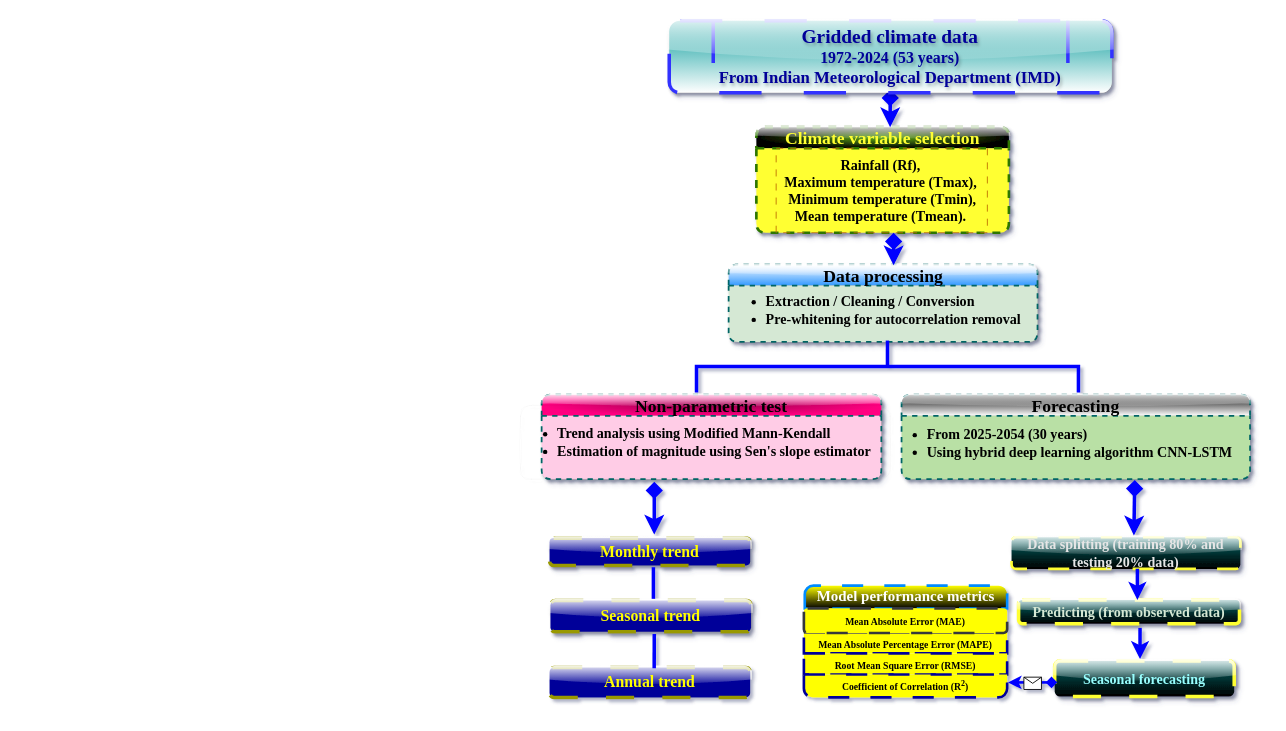
Earlier version of the draw.io diagram Untitled Diagram.drawio (Daawarb/Daawarb). Source tidied: cells renumbered, new cells numbered last; positions are measured from the earlier drawing's top-left corner, leaving out a move shared by most shapes. Both pictures are drawn from the tidied source at 88%, with x=0, y=0 at pixel (520, 20).
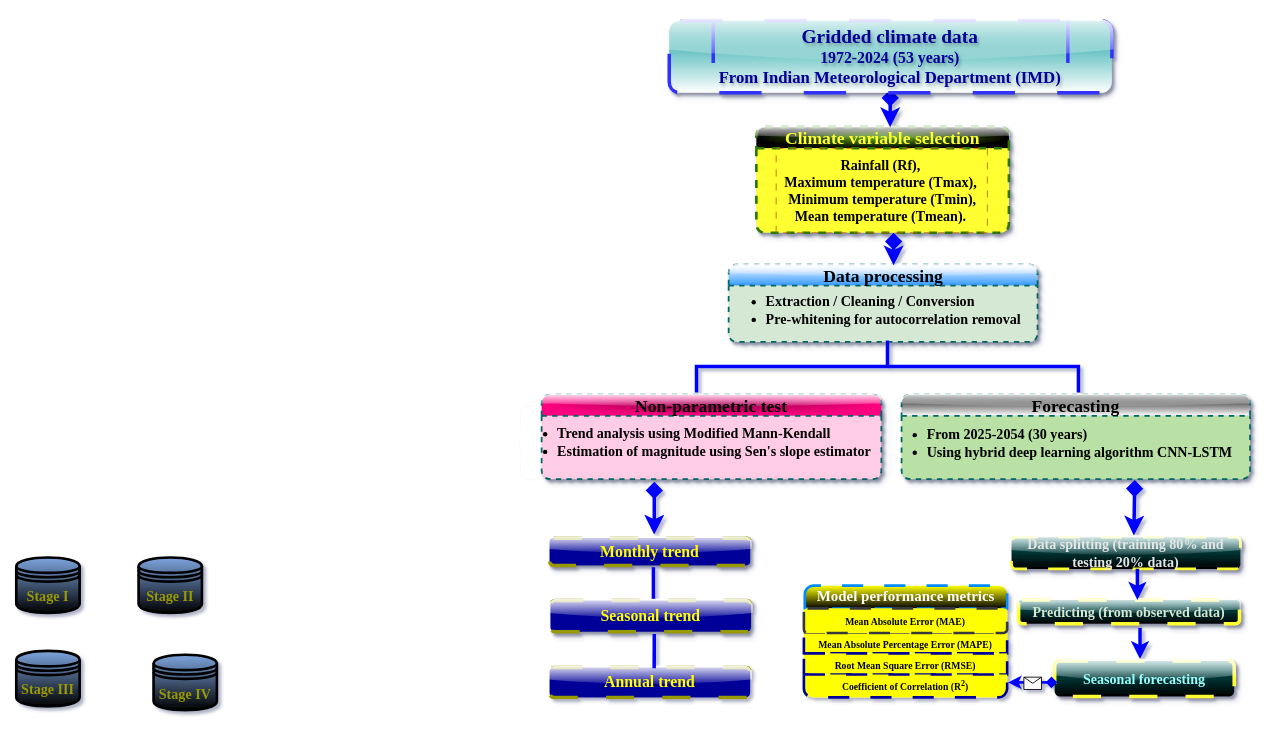
The same diagram, later.

Diff of the diagram source:
```diff
@@
     <mxCell id="2" style="rounded=0;html=1;jettySize=auto;orthogonalLoop=1;fontSize=11;endArrow=block;endFill=0;endSize=8;strokeWidth=1;shadow=0;labelBackgroundColor=none;edgeStyle=orthogonalEdgeStyle;" parent="1" edge="1">
       <mxGeometry relative="1" as="geometry">
-        <mxPoint x="235" y="159" as="targetPoint" />
+        <mxPoint x="235" y="-164" as="targetPoint" />
       </mxGeometry>
     </mxCell>
     <mxCell id="3" value="Yes" style="rounded=0;html=1;jettySize=auto;orthogonalLoop=1;fontSize=11;endArrow=block;endFill=0;endSize=8;strokeWidth=1;shadow=0;labelBackgroundColor=none;edgeStyle=orthogonalEdgeStyle;" parent="1" edge="1">
       <mxGeometry y="20" relative="1" as="geometry">
-        <mxPoint x="235" y="239" as="sourcePoint" />
+        <mxPoint x="235" y="-84" as="sourcePoint" />
       </mxGeometry>
     </mxCell>
     <mxCell id="4" value="No" style="edgeStyle=orthogonalEdgeStyle;rounded=0;html=1;jettySize=auto;orthogonalLoop=1;fontSize=11;endArrow=block;endFill=0;endSize=8;strokeWidth=1;shadow=0;labelBackgroundColor=none;" parent="1" edge="1">
       <mxGeometry y="10" relative="1" as="geometry">
-        <mxPoint x="285" y="199" as="sourcePoint" />
+        <mxPoint x="285" y="-124" as="sourcePoint" />
       </mxGeometry>
     </mxCell>
     <mxCell id="5" value="No" style="rounded=0;html=1;jettySize=auto;orthogonalLoop=1;fontSize=11;endArrow=block;endFill=0;endSize=8;strokeWidth=1;shadow=0;labelBackgroundColor=none;edgeStyle=orthogonalEdgeStyle;" parent="1" edge="1">
       <mxGeometry x="0.33" y="20" relative="1" as="geometry">
-        <mxPoint x="235" y="359" as="sourcePoint" />
+        <mxPoint x="235" y="36" as="sourcePoint" />
       </mxGeometry>
     </mxCell>
     <mxCell id="6" value="Yes" style="edgeStyle=orthogonalEdgeStyle;rounded=0;html=1;jettySize=auto;orthogonalLoop=1;fontSize=11;endArrow=block;endFill=0;endSize=8;strokeWidth=1;shadow=0;labelBackgroundColor=none;" parent="1" edge="1">
       <mxGeometry y="10" relative="1" as="geometry">
-        <mxPoint x="335" y="319" as="targetPoint" />
+        <mxPoint x="335" y="-4" as="targetPoint" />
       </mxGeometry>
     </mxCell>
@@
     <mxCell id="14" style="edgeStyle=none;curved=1;rounded=0;orthogonalLoop=1;jettySize=auto;html=1;entryX=0.5;entryY=0;entryDx=0;entryDy=0;fontSize=12;startSize=8;endSize=8;" parent="1" edge="1">
       <mxGeometry relative="1" as="geometry">
-        <mxPoint x="497" y="793" as="sourcePoint" />
+        <mxPoint x="497" y="470" as="sourcePoint" />
       </mxGeometry>
     </mxCell>
@@
+    <mxCell id="43" value="&lt;font face=&quot;Garamond&quot; style=&quot;font-size: 16px;&quot;&gt;&lt;b style=&quot;&quot;&gt;Stage I&lt;/b&gt;&lt;/font&gt;" style="shape=datastore;whiteSpace=wrap;html=1;fillColor=#7EA6E0;gradientColor=default;fillStyle=auto;strokeWidth=3;shadow=0;fontColor=#999900;" parent="1" vertex="1">
+      <mxGeometry x="-573" y="610" width="72" height="63" as="geometry" />
+    </mxCell>
+    <mxCell id="44" value="&lt;font face=&quot;Garamond&quot; style=&quot;font-size: 16px;&quot;&gt;&lt;b style=&quot;&quot;&gt;Stage II&lt;/b&gt;&lt;/font&gt;" style="shape=datastore;whiteSpace=wrap;html=1;fillColor=#7EA6E0;gradientColor=default;fillStyle=auto;strokeWidth=3;shadow=0;fontColor=#999900;" parent="1" vertex="1">
+      <mxGeometry x="-434" y="610" width="72" height="63" as="geometry" />
+    </mxCell>
+    <mxCell id="45" value="&lt;font face=&quot;Garamond&quot; style=&quot;font-size: 16px;&quot;&gt;&lt;b style=&quot;&quot;&gt;Stage III&lt;/b&gt;&lt;/font&gt;" style="shape=datastore;whiteSpace=wrap;html=1;fillColor=#7EA6E0;gradientColor=default;fillStyle=auto;strokeWidth=3;shadow=0;fontColor=#999900;" parent="1" vertex="1">
+      <mxGeometry x="-573" y="716.2" width="72" height="63" as="geometry" />
+    </mxCell>
+    <mxCell id="46" value="&lt;font face=&quot;Garamond&quot; style=&quot;font-size: 16px;&quot;&gt;&lt;b style=&quot;&quot;&gt;Stage IV&lt;/b&gt;&lt;/font&gt;" style="shape=datastore;whiteSpace=wrap;html=1;fillColor=#7EA6E0;gradientColor=default;fillStyle=auto;strokeWidth=3;shadow=0;fontColor=#999900;" parent="1" vertex="1">
+      <mxGeometry x="-417" y="720.5" width="72" height="63" as="geometry" />
+    </mxCell>
```
